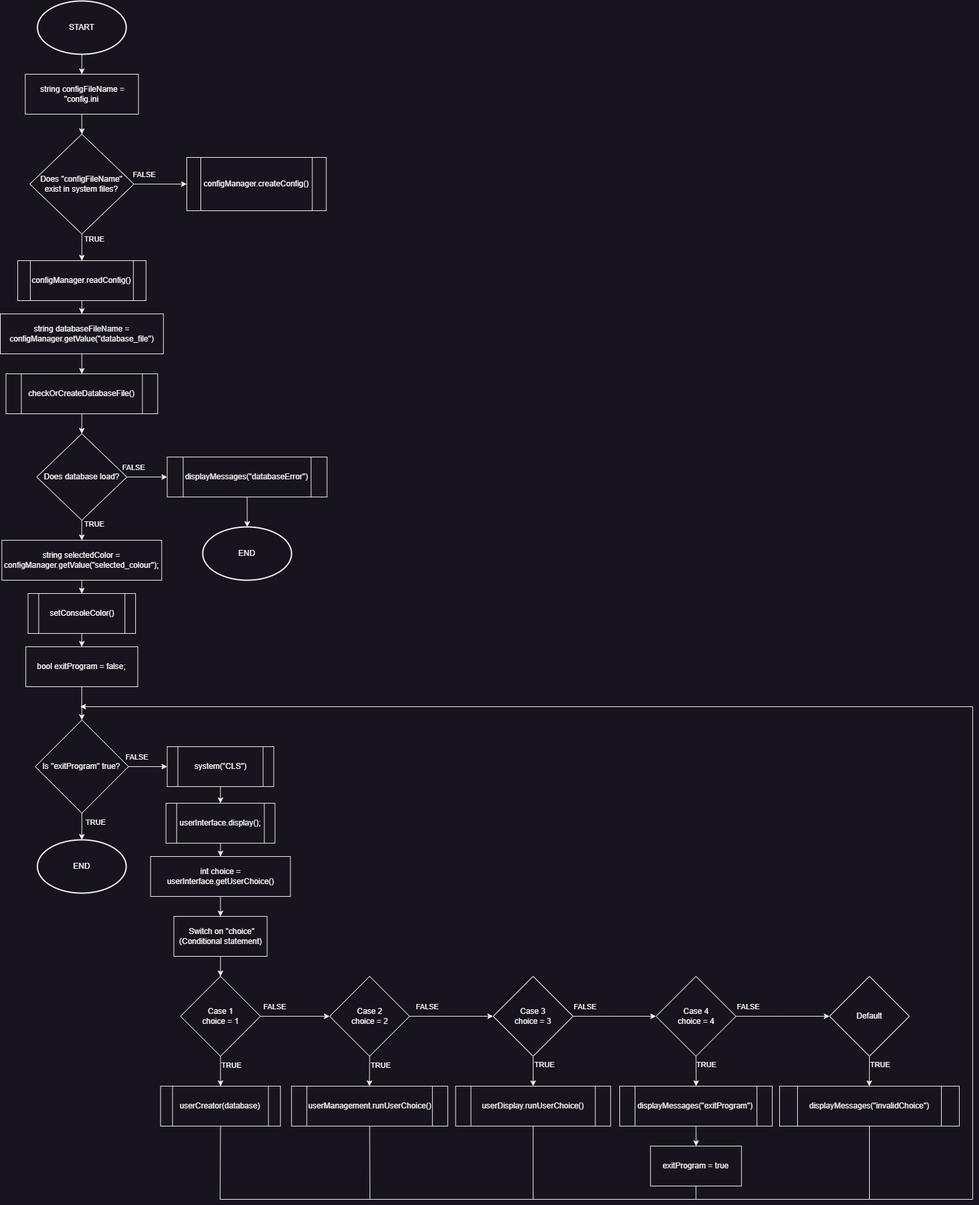
Above: Doc/Block_Schemes/MAIN_DARK.png in HyperekDerg/HiveHub (draw.io), before the change. Source tidied: cells renumbered, new cells last; positions are measured from the earlier drawing's top-left corner, leaving out a move shared by most shapes.
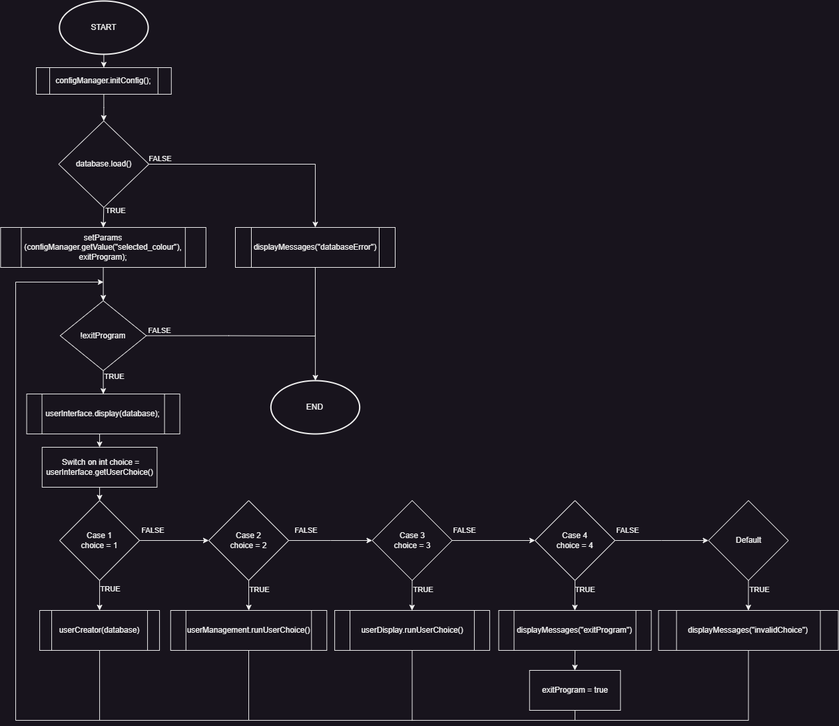
The same diagram one commit later.

Change to the diagram source:
```diff
@@ -2,67 +2,27 @@
   <root>
     <mxCell id="0" />
     <mxCell id="1" parent="0" />
-    <mxCell id="2" style="edgeStyle=orthogonalEdgeStyle;rounded=0;jettySize=auto;html=1;exitX=0.5;exitY=1;exitDx=0;exitDy=0;exitPerimeter=0;entryX=0.5;entryY=0;entryDx=0;entryDy=0;" parent="1" edge="1" source="3" target="10">
-      <mxGeometry relative="1" as="geometry" />
-    </mxCell>
+    <mxCell id="81" style="edgeStyle=orthogonalEdgeStyle;rounded=0;jettySize=auto;html=1;entryX=0.5;entryY=0;entryDx=0;entryDy=0;" parent="1" edge="1" source="3" target="12">
+      <mxGeometry relative="1" as="geometry" />
+    </mxCell>
     <mxCell id="3" value="START" style="strokeWidth=2;html=1;shape=mxgraph.flowchart.start_1;whiteSpace=wrap;" parent="1" vertex="1">
-      <mxGeometry x="55.8" width="133.3" height="80" as="geometry" />
+      <mxGeometry x="270.3" y="715" width="133.3" height="80" as="geometry" />
     </mxCell>
-    <mxCell id="4" style="edgeStyle=orthogonalEdgeStyle;rounded=0;jettySize=auto;html=1;exitX=1;exitY=0.5;exitDx=0;exitDy=0;entryX=0;entryY=0.5;entryDx=0;entryDy=0;" parent="1" edge="1" source="8" target="13">
-      <mxGeometry relative="1" as="geometry" />
-    </mxCell>
-    <mxCell id="5" value="FALSE" style="edgeLabel;html=1;align=center;verticalAlign=middle;" parent="4" vertex="1">
-      <mxGeometry x="-0.3" y="-2" relative="1" as="geometry">
-        <mxPoint x="-13" y="-17" as="offset" />
-      </mxGeometry>
-    </mxCell>
-    <mxCell id="6" style="edgeStyle=orthogonalEdgeStyle;rounded=0;jettySize=auto;html=1;exitX=0.5;exitY=1;exitDx=0;exitDy=0;entryX=0.5;entryY=0;entryDx=0;entryDy=0;" parent="1" edge="1" source="8" target="12">
-      <mxGeometry relative="1" as="geometry" />
-    </mxCell>
-    <mxCell id="7" value="TRUE" style="edgeLabel;html=1;align=center;verticalAlign=middle;" parent="6" vertex="1">
-      <mxGeometry x="-0.65" relative="1" as="geometry">
-        <mxPoint x="18" as="offset" />
-      </mxGeometry>
-    </mxCell>
-    <mxCell id="8" value="Does &quot;configFileName&quot; &lt;br&gt;exist in system files?" style="rhombus;whiteSpace=wrap;html=1;" parent="1" vertex="1">
-      <mxGeometry x="44.2" y="200" width="156.3" height="150" as="geometry" />
-    </mxCell>
-    <mxCell id="9" style="edgeStyle=orthogonalEdgeStyle;rounded=0;jettySize=auto;html=1;exitX=0.5;exitY=1;exitDx=0;exitDy=0;entryX=0.5;entryY=0;entryDx=0;entryDy=0;" parent="1" edge="1" source="10" target="8">
-      <mxGeometry relative="1" as="geometry" />
-    </mxCell>
-    <mxCell id="10" value=" string configFileName = &quot;config.ini" style="rounded=0;whiteSpace=wrap;html=1;" parent="1" vertex="1">
-      <mxGeometry x="37.4" y="110" width="170" height="60" as="geometry" />
-    </mxCell>
-    <mxCell id="11" style="edgeStyle=orthogonalEdgeStyle;rounded=0;jettySize=auto;html=1;exitX=0.5;exitY=1;exitDx=0;exitDy=0;entryX=0.5;entryY=0;entryDx=0;entryDy=0;" parent="1" edge="1" source="12" target="15">
+    <mxCell id="11" style="edgeStyle=orthogonalEdgeStyle;rounded=0;jettySize=auto;html=1;exitX=0.5;exitY=1;exitDx=0;exitDy=0;entryX=0.5;entryY=0;entryDx=0;entryDy=0;" parent="1" edge="1" source="12" target="22">
       <mxGeometry relative="1" as="geometry" />
     </mxCell>
-    <mxCell id="12" value="configManager.readConfig()" style="shape=process;whiteSpace=wrap;html=1;backgroundOutline=1;" parent="1" vertex="1">
-      <mxGeometry x="26.1" y="390" width="192.7" height="60" as="geometry" />
+    <mxCell id="12" value="&lt;div&gt;configManager.initConfig();&lt;/div&gt;" style="shape=process;whiteSpace=wrap;html=1;backgroundOutline=1;" parent="1" vertex="1">
+      <mxGeometry x="235.6" y="815" width="202.7" height="40" as="geometry" />
     </mxCell>
-    <mxCell id="13" value="configManager.createConfig()" style="shape=process;whiteSpace=wrap;html=1;backgroundOutline=1;" parent="1" vertex="1">
-      <mxGeometry x="280" y="235" width="209.4" height="80" as="geometry" />
-    </mxCell>
-    <mxCell id="14" style="edgeStyle=orthogonalEdgeStyle;rounded=0;jettySize=auto;html=1;exitX=0.5;exitY=1;exitDx=0;exitDy=0;entryX=0.5;entryY=0;entryDx=0;entryDy=0;" parent="1" edge="1" source="15" target="17">
-      <mxGeometry relative="1" as="geometry" />
-    </mxCell>
-    <mxCell id="15" value="string databaseFileName = configManager.getValue(&quot;database_file&quot;)" style="rounded=0;whiteSpace=wrap;html=1;" parent="1" vertex="1">
-      <mxGeometry y="470" width="244.8" height="60" as="geometry" />
-    </mxCell>
-    <mxCell id="16" style="edgeStyle=orthogonalEdgeStyle;rounded=0;jettySize=auto;html=1;exitX=0.5;exitY=1;exitDx=0;exitDy=0;entryX=0.5;entryY=0;entryDx=0;entryDy=0;" parent="1" edge="1" source="17" target="22">
-      <mxGeometry relative="1" as="geometry" />
-    </mxCell>
-    <mxCell id="17" value="checkOrCreateDatabaseFile()" style="shape=process;whiteSpace=wrap;html=1;backgroundOutline=1;" parent="1" vertex="1">
-      <mxGeometry x="8.5" y="560" width="227.8" height="60" as="geometry" />
-    </mxCell>
-    <mxCell id="18" style="edgeStyle=orthogonalEdgeStyle;rounded=0;jettySize=auto;html=1;exitX=1;exitY=0.5;exitDx=0;exitDy=0;entryX=0;entryY=0.5;entryDx=0;entryDy=0;" parent="1" edge="1" source="22" target="23">
+    <mxCell id="18" style="edgeStyle=orthogonalEdgeStyle;rounded=0;jettySize=auto;html=1;exitX=1;exitY=0.5;exitDx=0;exitDy=0;entryX=0.5;entryY=0;entryDx=0;entryDy=0;" parent="1" edge="1" source="22" target="23">
       <mxGeometry relative="1" as="geometry" />
     </mxCell>
     <mxCell id="19" value="FALSE" style="edgeLabel;html=1;align=center;verticalAlign=middle;" parent="18" vertex="1">
       <mxGeometry x="-0.39" y="1" relative="1" as="geometry">
-        <mxPoint x="-9" y="-14" as="offset" />
+        <mxPoint x="-88" y="-7" as="offset" />
       </mxGeometry>
     </mxCell>
-    <mxCell id="20" style="edgeStyle=orthogonalEdgeStyle;rounded=0;jettySize=auto;html=1;exitX=0.5;exitY=1;exitDx=0;exitDy=0;entryX=0.5;entryY=0;entryDx=0;entryDy=0;" parent="1" edge="1" source="22" target="25">
+    <mxCell id="20" style="edgeStyle=orthogonalEdgeStyle;rounded=0;jettySize=auto;html=1;exitX=0.5;exitY=1;exitDx=0;exitDy=0;entryX=0.5;entryY=0;entryDx=0;entryDy=0;" parent="1" edge="1" source="22" target="90">
       <mxGeometry relative="1" as="geometry" />
     </mxCell>
     <mxCell id="21" value="TRUE" style="edgeLabel;html=1;align=center;verticalAlign=middle;" parent="20" vertex="1">
@@ -70,75 +30,37 @@
         <mxPoint x="19" y="-9" as="offset" />
       </mxGeometry>
     </mxCell>
-    <mxCell id="22" value="&#10;Does database load?&#10;" style="rhombus;whiteSpace=wrap;html=1;" parent="1" vertex="1">
-      <mxGeometry x="54.6" y="650" width="135.5" height="130" as="geometry" />
+    <mxCell id="22" value="database.load()" style="rhombus;whiteSpace=wrap;html=1;" parent="1" vertex="1">
+      <mxGeometry x="269.1" y="895" width="135.5" height="130" as="geometry" />
     </mxCell>
     <mxCell id="23" value="displayMessages(&quot;databaseError&quot;)" style="shape=process;whiteSpace=wrap;html=1;backgroundOutline=1;" parent="1" vertex="1">
-      <mxGeometry x="250.6" y="685" width="240" height="60" as="geometry" />
+      <mxGeometry x="534.5" y="1055" width="240" height="60" as="geometry" />
     </mxCell>
-    <mxCell id="24" style="edgeStyle=orthogonalEdgeStyle;rounded=0;jettySize=auto;html=1;exitX=0.5;exitY=1;exitDx=0;exitDy=0;entryX=0.5;entryY=0;entryDx=0;entryDy=0;" parent="1" edge="1" source="25" target="27">
+    <mxCell id="24" style="edgeStyle=orthogonalEdgeStyle;rounded=0;jettySize=auto;html=1;exitX=0.5;exitY=1;exitDx=0;exitDy=0;entryX=0.5;entryY=0;entryDx=0;entryDy=0;" parent="1" edge="1" source="90" target="32">
       <mxGeometry relative="1" as="geometry" />
     </mxCell>
-    <mxCell id="25" value="string selectedColor = configManager.getValue(&quot;selected_colour&quot;);" style="rounded=0;whiteSpace=wrap;html=1;" parent="1" vertex="1">
-      <mxGeometry x="2.3" y="810" width="240" height="60" as="geometry" />
-    </mxCell>
-    <mxCell id="26" style="edgeStyle=orthogonalEdgeStyle;rounded=0;jettySize=auto;html=1;exitX=0.5;exitY=1;exitDx=0;exitDy=0;entryX=0.5;entryY=0;entryDx=0;entryDy=0;" parent="1" edge="1" source="27" target="29">
-      <mxGeometry relative="1" as="geometry" />
-    </mxCell>
-    <mxCell id="27" value="setConsoleColor()" style="shape=process;whiteSpace=wrap;html=1;backgroundOutline=1;" parent="1" vertex="1">
-      <mxGeometry x="41.6" y="890" width="161.5" height="60" as="geometry" />
-    </mxCell>
-    <mxCell id="28" style="edgeStyle=orthogonalEdgeStyle;rounded=0;jettySize=auto;html=1;exitX=0.5;exitY=1;exitDx=0;exitDy=0;entryX=0.5;entryY=0;entryDx=0;entryDy=0;" parent="1" edge="1" source="29" target="32">
-      <mxGeometry relative="1" as="geometry" />
-    </mxCell>
-    <mxCell id="29" value="bool exitProgram = false;" style="rounded=0;whiteSpace=wrap;html=1;" parent="1" vertex="1">
-      <mxGeometry x="38.2" y="970" width="168.2" height="60" as="geometry" />
-    </mxCell>
-    <mxCell id="30" style="edgeStyle=orthogonalEdgeStyle;rounded=0;jettySize=auto;html=1;exitX=1;exitY=0.5;exitDx=0;exitDy=0;entryX=0;entryY=0.5;entryDx=0;entryDy=0;" parent="1" edge="1" source="32" target="37">
-      <mxGeometry relative="1" as="geometry" />
-    </mxCell>
-    <mxCell id="31" value="FALSE" style="edgeLabel;html=1;align=center;verticalAlign=middle;" parent="30" vertex="1">
-      <mxGeometry x="-0.31" y="2" relative="1" as="geometry">
-        <mxPoint x="-8" y="-13" as="offset" />
-      </mxGeometry>
-    </mxCell>
+    <mxCell id="82" style="edgeStyle=orthogonalEdgeStyle;rounded=0;jettySize=auto;html=1;exitX=0.5;exitY=1;exitDx=0;exitDy=0;entryX=0.5;entryY=0;entryDx=0;entryDy=0;" parent="1" edge="1" source="32" target="39">
+      <mxGeometry relative="1" as="geometry" />
+    </mxCell>
+    <mxCell id="83" value="TRUE" style="edgeLabel;html=1;align=center;verticalAlign=middle;" parent="82" vertex="1">
+      <mxGeometry x="-0.21" y="1" relative="1" as="geometry">
+        <mxPoint x="15" y="-5" as="offset" />
+      </mxGeometry>
+    </mxCell>
-    <mxCell id="32" value="Is &quot;exitProgram&quot; true?" style="rhombus;whiteSpace=wrap;html=1;" parent="1" vertex="1">
-      <mxGeometry x="52.4" y="1080" width="140" height="140" as="geometry" />
+    <mxCell id="32" value="!exitProgram" style="rhombus;whiteSpace=wrap;html=1;" parent="1" vertex="1">
+      <mxGeometry x="271.4" y="1165" width="129.3" height="105" as="geometry" />
     </mxCell>
-    <mxCell id="33" value="END" style="strokeWidth=2;html=1;shape=mxgraph.flowchart.start_1;whiteSpace=wrap;" parent="1" vertex="1">
-      <mxGeometry x="55.7" y="1260" width="133.3" height="80" as="geometry" />
-    </mxCell>
-    <mxCell id="34" style="edgeStyle=orthogonalEdgeStyle;rounded=0;jettySize=auto;html=1;exitX=0.5;exitY=1;exitDx=0;exitDy=0;entryX=0.5;entryY=0;entryDx=0;entryDy=0;entryPerimeter=0;" parent="1" edge="1" source="32" target="33">
-      <mxGeometry relative="1" as="geometry" />
-    </mxCell>
-    <mxCell id="35" value="TRUE" style="edgeLabel;html=1;align=center;verticalAlign=middle;" parent="34" vertex="1">
-      <mxGeometry x="-0.36" y="3" relative="1" as="geometry">
-        <mxPoint x="17" as="offset" />
-      </mxGeometry>
-    </mxCell>
-    <mxCell id="36" style="edgeStyle=orthogonalEdgeStyle;rounded=0;jettySize=auto;html=1;exitX=0.5;exitY=1;exitDx=0;exitDy=0;entryX=0.5;entryY=0;entryDx=0;entryDy=0;" parent="1" edge="1" source="37" target="39">
-      <mxGeometry relative="1" as="geometry" />
-    </mxCell>
-    <mxCell id="37" value="system(&quot;CLS&quot;)" style="shape=process;whiteSpace=wrap;html=1;backgroundOutline=1;" parent="1" vertex="1">
-      <mxGeometry x="250.6" y="1120" width="160" height="60" as="geometry" />
-    </mxCell>
-    <mxCell id="38" style="edgeStyle=orthogonalEdgeStyle;rounded=0;jettySize=auto;html=1;exitX=0.5;exitY=1;exitDx=0;exitDy=0;entryX=0.5;entryY=0;entryDx=0;entryDy=0;" parent="1" edge="1" source="39" target="41">
-      <mxGeometry relative="1" as="geometry" />
-    </mxCell>
+    <mxCell id="84" style="edgeStyle=orthogonalEdgeStyle;rounded=0;jettySize=auto;html=1;exitX=0.5;exitY=1;exitDx=0;exitDy=0;entryX=0.5;entryY=0;entryDx=0;entryDy=0;" parent="1" edge="1" source="39" target="43">
+      <mxGeometry relative="1" as="geometry" />
+    </mxCell>
-    <mxCell id="39" value="userInterface.display();" style="shape=process;whiteSpace=wrap;html=1;backgroundOutline=1;" parent="1" vertex="1">
-      <mxGeometry x="248.8" y="1205" width="163.7" height="60" as="geometry" />
+    <mxCell id="39" value="userInterface.display(database);" style="shape=process;whiteSpace=wrap;html=1;backgroundOutline=1;" parent="1" vertex="1">
+      <mxGeometry x="221.1" y="1305" width="230" height="60" as="geometry" />
     </mxCell>
-    <mxCell id="40" style="edgeStyle=orthogonalEdgeStyle;rounded=0;jettySize=auto;html=1;exitX=0.5;exitY=1;exitDx=0;exitDy=0;entryX=0.5;entryY=0;entryDx=0;entryDy=0;" parent="1" edge="1" source="41" target="43">
-      <mxGeometry relative="1" as="geometry" />
-    </mxCell>
-    <mxCell id="41" value="int choice = userInterface.getUserChoice()" style="rounded=0;whiteSpace=wrap;html=1;" parent="1" vertex="1">
-      <mxGeometry x="225.6" y="1285" width="210" height="60" as="geometry" />
-    </mxCell>
     <mxCell id="42" style="edgeStyle=orthogonalEdgeStyle;rounded=0;jettySize=auto;html=1;exitX=0.5;exitY=1;exitDx=0;exitDy=0;entryX=0.5;entryY=0;entryDx=0;entryDy=0;" parent="1" edge="1" source="43" target="48">
       <mxGeometry relative="1" as="geometry" />
     </mxCell>
-    <mxCell id="43" value=" Switch on &quot;choice&quot;&#10;(Conditional statement)" style="rounded=0;whiteSpace=wrap;html=1;" parent="1" vertex="1">
-      <mxGeometry x="260.6" y="1375" width="140" height="60" as="geometry" />
+    <mxCell id="43" value="&amp;nbsp;Switch&amp;nbsp;on int choice = userInterface.getUserChoice()" style="rounded=0;whiteSpace=wrap;html=1;" parent="1" vertex="1">
+      <mxGeometry x="244.3" y="1385" width="172.6" height="60" as="geometry" />
     </mxCell>
     <mxCell id="44" style="edgeStyle=orthogonalEdgeStyle;rounded=0;jettySize=auto;html=1;exitX=1;exitY=0.5;exitDx=0;exitDy=0;entryX=0;entryY=0.5;entryDx=0;entryDy=0;" parent="1" edge="1" source="48" target="53">
       <mxGeometry relative="1" as="geometry" />
@@ -227,25 +149,28 @@
     <mxCell id="66" value="Default" style="rhombus;whiteSpace=wrap;html=1;" parent="1" vertex="1">
       <mxGeometry x="1245" y="1465" width="120" height="120" as="geometry" />
     </mxCell>
-    <mxCell id="67" style="edgeStyle=elbowEdgeStyle;rounded=0;jettySize=auto;html=1;exitX=0.5;exitY=1;exitDx=0;exitDy=0;endArrow=none;endFill=0;" parent="1" edge="1" source="68">
-      <mxGeometry relative="1" as="geometry">
-        <mxPoint x="560" y="1800" as="targetPoint" />
-        <Array as="points">
-          <mxPoint x="330" y="1792.5" />
-        </Array>
-      </mxGeometry>
-    </mxCell>
+    <mxCell id="85" style="edgeStyle=orthogonalEdgeStyle;rounded=0;jettySize=auto;html=1;exitX=0.5;exitY=1;exitDx=0;exitDy=0;" parent="1" edge="1" source="68">
+      <mxGeometry relative="1" as="geometry">
+        <mxPoint x="336.5" y="1137" as="targetPoint" />
+        <Array as="points">
+          <mxPoint x="330.5" y="1795" />
+          <mxPoint x="204.5" y="1795" />
+          <mxPoint x="204.5" y="1137" />
+        </Array>
+      </mxGeometry>
+    </mxCell>
     <mxCell id="68" value="userCreator(database)" style="shape=process;whiteSpace=wrap;html=1;backgroundOutline=1;" parent="1" vertex="1">
       <mxGeometry x="240.6" y="1630" width="180" height="60" as="geometry" />
     </mxCell>
-    <mxCell id="69" style="edgeStyle=elbowEdgeStyle;rounded=0;jettySize=auto;html=1;exitX=0.5;exitY=1;exitDx=0;exitDy=0;endArrow=none;endFill=0;" parent="1" edge="1" source="70">
-      <mxGeometry relative="1" as="geometry">
-        <mxPoint x="1050" y="1800" as="targetPoint" />
-        <Array as="points">
-          <mxPoint x="800" y="1782.5" />
-        </Array>
-      </mxGeometry>
-    </mxCell>
+    <mxCell id="86" style="edgeStyle=orthogonalEdgeStyle;rounded=0;jettySize=auto;html=1;exitX=0.5;exitY=1;exitDx=0;exitDy=0;endArrow=none;endFill=0;" parent="1" edge="1" source="70">
+      <mxGeometry relative="1" as="geometry">
+        <mxPoint x="554.5" y="1795" as="targetPoint" />
+        <Array as="points">
+          <mxPoint x="800.5" y="1795" />
+          <mxPoint x="554.5" y="1795" />
+        </Array>
+      </mxGeometry>
+    </mxCell>
     <mxCell id="70" value="userDisplay.runUserChoice()" style="shape=process;whiteSpace=wrap;html=1;backgroundOutline=1;" parent="1" vertex="1">
       <mxGeometry x="683.6" y="1630" width="232.7" height="60" as="geometry" />
     </mxCell>
@@ -255,46 +180,64 @@
     <mxCell id="72" value="displayMessages(&quot;exitProgram&quot;)" style="shape=process;whiteSpace=wrap;html=1;backgroundOutline=1;" parent="1" vertex="1">
       <mxGeometry x="930" y="1630" width="229.1" height="60" as="geometry" />
     </mxCell>
-    <mxCell id="73" style="edgeStyle=elbowEdgeStyle;rounded=0;jettySize=auto;html=1;exitX=0.5;exitY=1;exitDx=0;exitDy=0;endArrow=none;endFill=0;" parent="1" edge="1" source="74">
-      <mxGeometry relative="1" as="geometry">
-        <mxPoint x="1310" y="1800" as="targetPoint" />
-        <Array as="points">
-          <mxPoint x="1044.5" y="1862.5" />
-        </Array>
-      </mxGeometry>
-    </mxCell>
+    <mxCell id="87" style="edgeStyle=orthogonalEdgeStyle;rounded=0;jettySize=auto;html=1;exitX=0.5;exitY=1;exitDx=0;exitDy=0;endArrow=none;endFill=0;" parent="1" edge="1" source="74">
+      <mxGeometry relative="1" as="geometry">
+        <mxPoint x="804.5" y="1795" as="targetPoint" />
+        <Array as="points">
+          <mxPoint x="1044.5" y="1795" />
+          <mxPoint x="799.5" y="1795" />
+        </Array>
+      </mxGeometry>
+    </mxCell>
     <mxCell id="74" value="exitProgram = true" style="rounded=0;whiteSpace=wrap;html=1;" parent="1" vertex="1">
       <mxGeometry x="976.2" y="1720" width="136.6" height="60" as="geometry" />
     </mxCell>
+    <mxCell id="88" style="edgeStyle=orthogonalEdgeStyle;rounded=0;jettySize=auto;html=1;exitX=0.5;exitY=1;exitDx=0;exitDy=0;endArrow=none;endFill=0;" parent="1" edge="1" source="75">
+      <mxGeometry relative="1" as="geometry">
+        <mxPoint x="1044.5" y="1795" as="targetPoint" />
+        <Array as="points">
+          <mxPoint x="1305.5" y="1795" />
+          <mxPoint x="1044.5" y="1795" />
+        </Array>
+      </mxGeometry>
+    </mxCell>
     <mxCell id="75" value="displayMessages(&quot;invalidChoice&quot;)" style="shape=process;whiteSpace=wrap;html=1;backgroundOutline=1;" parent="1" vertex="1">
       <mxGeometry x="1170" y="1630" width="270" height="60" as="geometry" />
     </mxCell>
     <mxCell id="76" value="END" style="strokeWidth=2;html=1;shape=mxgraph.flowchart.start_1;whiteSpace=wrap;" parent="1" vertex="1">
-      <mxGeometry x="303.9" y="790" width="133.3" height="80" as="geometry" />
+      <mxGeometry x="587.8" y="1285" width="133.3" height="80" as="geometry" />
     </mxCell>
     <mxCell id="77" style="edgeStyle=elbowEdgeStyle;rounded=0;jettySize=auto;html=1;exitX=0.5;exitY=1;exitDx=0;exitDy=0;entryX=0.5;entryY=0;entryDx=0;entryDy=0;entryPerimeter=0;" parent="1" edge="1" source="23" target="76">
       <mxGeometry relative="1" as="geometry" />
     </mxCell>
-    <mxCell id="78" style="edgeStyle=elbowEdgeStyle;rounded=0;jettySize=auto;html=1;exitX=0.5;exitY=1;exitDx=0;exitDy=0;endArrow=none;endFill=0;" parent="1" edge="1" source="79">
-      <mxGeometry relative="1" as="geometry">
-        <mxPoint x="800" y="1800" as="targetPoint" />
-        <Array as="points">
-          <mxPoint x="555" y="1792.5" />
-        </Array>
-      </mxGeometry>
-    </mxCell>
+    <mxCell id="89" style="edgeStyle=orthogonalEdgeStyle;rounded=0;jettySize=auto;html=1;exitX=0.5;exitY=1;exitDx=0;exitDy=0;endArrow=none;endFill=0;" parent="1" edge="1" source="79">
+      <mxGeometry relative="1" as="geometry">
+        <mxPoint x="330.5" y="1795" as="targetPoint" />
+        <Array as="points">
+          <mxPoint x="554.5" y="1795" />
+          <mxPoint x="330.5" y="1795" />
+        </Array>
+      </mxGeometry>
+    </mxCell>
     <mxCell id="79" value="userManagement.runUserChoice()" style="shape=process;whiteSpace=wrap;html=1;backgroundOutline=1;" parent="1" vertex="1">
       <mxGeometry x="437.2" y="1630" width="234.6" height="60" as="geometry" />
     </mxCell>
-    <mxCell id="80" style="edgeStyle=orthogonalEdgeStyle;rounded=0;jettySize=auto;html=1;exitX=0.5;exitY=1;exitDx=0;exitDy=0;jumpStyle=sharp;elbow=vertical;" parent="1" edge="1" source="75">
-      <mxGeometry relative="1" as="geometry">
-        <mxPoint x="120" y="1060" as="targetPoint" />
-        <Array as="points">
-          <mxPoint x="1305" y="1800" />
-          <mxPoint x="1460" y="1800" />
-          <mxPoint x="1460" y="1060" />
-        </Array>
-      </mxGeometry>
-    </mxCell>
+    <mxCell id="90" value="setParams&lt;br&gt;(configManager.getValue(&quot;selected_colour&quot;), exitProgram);" style="shape=process;whiteSpace=wrap;html=1;backgroundOutline=1;" parent="1" vertex="1">
+      <mxGeometry x="181.9" y="1055" width="308.4" height="60" as="geometry" />
+    </mxCell>
+    <mxCell id="91" style="edgeStyle=orthogonalEdgeStyle;rounded=0;jettySize=auto;html=1;exitX=1;exitY=0.5;exitDx=0;exitDy=0;endArrow=none;endFill=0;" parent="1" edge="1" source="32">
+      <mxGeometry relative="1" as="geometry">
+        <mxPoint x="654.5" y="1215" as="targetPoint" />
+        <Array as="points">
+          <mxPoint x="524.5" y="1218" />
+          <mxPoint x="654.5" y="1218" />
+        </Array>
+      </mxGeometry>
+    </mxCell>
+    <mxCell id="92" value="FALSE" style="edgeLabel;html=1;align=center;verticalAlign=middle;" parent="91" vertex="1">
+      <mxGeometry x="-0.67" y="2" relative="1" as="geometry">
+        <mxPoint x="-23" y="-6" as="offset" />
+      </mxGeometry>
+    </mxCell>
   </root>
 </mxGraphModel>
```
